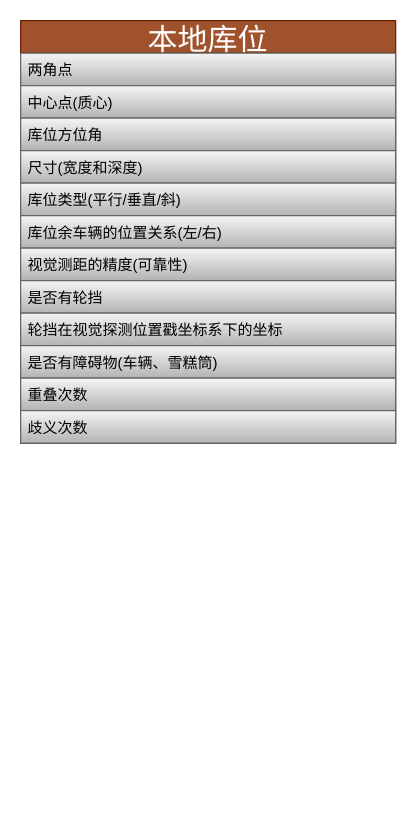
This is 未命名绘图.drawio from bugquella/diagrams, a draw.io file, before an edit. Source tidied: cells renumbered, new cells numbered last; positions are measured from the earlier drawing's top-left corner, leaving out a move shared by most shapes. Both pictures are drawn from the tidied source at 125%, with x=0, y=0 at pixel (20, 20).
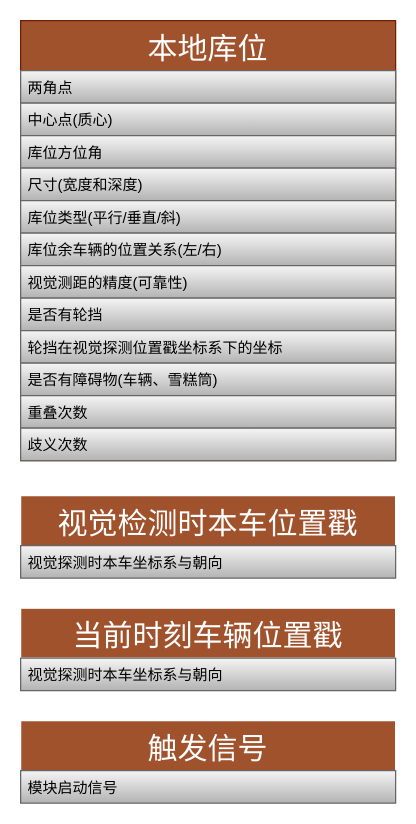
The same diagram, later.

Commit message (it also covers changes not shown here):
更新未命名绘图.drawio

Diff of the diagram source:
```diff
@@
-    <mxCell id="2" value="本地库位" style="swimlane;fontStyle=0;horizontal=1;startSize=26;fontSize=24;fillColor=#a0522d;strokeColor=#6D1F00;fontColor=#ffffff;" parent="1" vertex="1">
-      <mxGeometry width="300" height="338" as="geometry" />
+    <mxCell id="2" value="本地库位" style="swimlane;fontStyle=0;horizontal=1;startSize=40;fontSize=24;fillColor=#a0522d;strokeColor=#6D1F00;fontColor=#ffffff;" parent="1" vertex="1">
+      <mxGeometry width="300" height="352" as="geometry" />
     </mxCell>
     <mxCell id="3" value="两角点" style="text;strokeColor=#666666;fillColor=#f5f5f5;align=left;verticalAlign=top;spacingLeft=4;spacingRight=4;overflow=hidden;gradientColor=#b3b3b3;" parent="2" vertex="1">
-      <mxGeometry y="26" width="300" height="26" as="geometry" />
+      <mxGeometry y="40" width="300" height="26" as="geometry" />
     </mxCell>
     <mxCell id="4" value="中心点(质心)" style="text;strokeColor=#666666;fillColor=#f5f5f5;align=left;verticalAlign=top;spacingLeft=4;spacingRight=4;overflow=hidden;gradientColor=#b3b3b3;" parent="2" vertex="1">
-      <mxGeometry y="52" width="300" height="26" as="geometry" />
+      <mxGeometry y="66" width="300" height="26" as="geometry" />
     </mxCell>
     <mxCell id="5" value="库位方位角" style="text;strokeColor=#666666;fillColor=#f5f5f5;align=left;verticalAlign=top;spacingLeft=4;spacingRight=4;overflow=hidden;gradientColor=#b3b3b3;" parent="2" vertex="1">
-      <mxGeometry y="78" width="300" height="26" as="geometry" />
+      <mxGeometry y="92" width="300" height="26" as="geometry" />
     </mxCell>
     <mxCell id="6" value="尺寸(宽度和深度)" style="text;strokeColor=#666666;fillColor=#f5f5f5;align=left;verticalAlign=top;spacingLeft=4;spacingRight=4;overflow=hidden;gradientColor=#b3b3b3;" parent="2" vertex="1">
-      <mxGeometry y="104" width="300" height="26" as="geometry" />
+      <mxGeometry y="118" width="300" height="26" as="geometry" />
     </mxCell>
     <mxCell id="7" value="库位类型(平行/垂直/斜)" style="text;strokeColor=#666666;fillColor=#f5f5f5;align=left;verticalAlign=top;spacingLeft=4;spacingRight=4;overflow=hidden;gradientColor=#b3b3b3;" parent="2" vertex="1">
-      <mxGeometry y="130" width="300" height="26" as="geometry" />
+      <mxGeometry y="144" width="300" height="26" as="geometry" />
     </mxCell>
     <mxCell id="8" value="库位余车辆的位置关系(左/右)" style="text;strokeColor=#666666;fillColor=#f5f5f5;align=left;verticalAlign=top;spacingLeft=4;spacingRight=4;overflow=hidden;gradientColor=#b3b3b3;" parent="2" vertex="1">
-      <mxGeometry y="156" width="300" height="26" as="geometry" />
+      <mxGeometry y="170" width="300" height="26" as="geometry" />
     </mxCell>
     <mxCell id="9" value="视觉测距的精度(可靠性)" style="text;strokeColor=#666666;fillColor=#f5f5f5;align=left;verticalAlign=top;spacingLeft=4;spacingRight=4;overflow=hidden;gradientColor=#b3b3b3;" parent="2" vertex="1">
-      <mxGeometry y="182" width="300" height="26" as="geometry" />
+      <mxGeometry y="196" width="300" height="26" as="geometry" />
     </mxCell>
     <mxCell id="10" value="是否有轮挡" style="text;strokeColor=#666666;fillColor=#f5f5f5;align=left;verticalAlign=top;spacingLeft=4;spacingRight=4;overflow=hidden;gradientColor=#b3b3b3;" parent="2" vertex="1">
-      <mxGeometry y="208" width="300" height="26" as="geometry" />
+      <mxGeometry y="222" width="300" height="26" as="geometry" />
     </mxCell>
     <mxCell id="11" value="轮挡在视觉探测位置戳坐标系下的坐标" style="text;strokeColor=#666666;fillColor=#f5f5f5;align=left;verticalAlign=top;spacingLeft=4;spacingRight=4;overflow=hidden;gradientColor=#b3b3b3;" parent="2" vertex="1">
-      <mxGeometry y="234" width="300" height="26" as="geometry" />
+      <mxGeometry y="248" width="300" height="26" as="geometry" />
     </mxCell>
     <mxCell id="12" value="是否有障碍物(车辆、雪糕筒)" style="text;strokeColor=#666666;fillColor=#f5f5f5;align=left;verticalAlign=top;spacingLeft=4;spacingRight=4;overflow=hidden;gradientColor=#b3b3b3;" parent="2" vertex="1">
-      <mxGeometry y="260" width="300" height="26" as="geometry" />
+      <mxGeometry y="274" width="300" height="26" as="geometry" />
     </mxCell>
     <mxCell id="13" value="重叠次数" style="text;strokeColor=#666666;fillColor=#f5f5f5;align=left;verticalAlign=top;spacingLeft=4;spacingRight=4;overflow=hidden;gradientColor=#b3b3b3;" parent="2" vertex="1">
-      <mxGeometry y="286" width="300" height="26" as="geometry" />
+      <mxGeometry y="300" width="300" height="26" as="geometry" />
     </mxCell>
     <mxCell id="14" value="歧义次数" style="text;strokeColor=#666666;fillColor=#f5f5f5;align=left;verticalAlign=top;spacingLeft=4;spacingRight=4;overflow=hidden;gradientColor=#b3b3b3;" parent="2" vertex="1">
-      <mxGeometry y="312" width="300" height="26" as="geometry" />
+      <mxGeometry y="326" width="300" height="26" as="geometry" />
     </mxCell>
+    <mxCell id="15" value="视觉检测时本车位置戳" style="swimlane;fontStyle=0;horizontal=1;startSize=40;fontSize=24;fillColor=#A0522D;strokeColor=#FFFFFF;fontColor=#FFFFFF;" parent="1" vertex="1">
+      <mxGeometry y="380" width="300" height="66" as="geometry" />
+    </mxCell>
+    <mxCell id="16" value="视觉探测时本车坐标系与朝向" style="text;strokeColor=#666666;fillColor=#f5f5f5;align=left;verticalAlign=top;spacingLeft=4;spacingRight=4;overflow=hidden;gradientColor=#b3b3b3;" parent="15" vertex="1">
+      <mxGeometry y="40" width="300" height="26" as="geometry" />
+    </mxCell>
+    <mxCell id="17" value="当前时刻车辆位置戳" style="swimlane;fontStyle=0;horizontal=1;startSize=40;fontSize=24;fillColor=#A0522D;strokeColor=#FFFFFF;fontColor=#FFFFFF;" parent="1" vertex="1">
+      <mxGeometry y="470" width="300" height="66" as="geometry" />
+    </mxCell>
+    <mxCell id="18" value="视觉探测时本车坐标系与朝向" style="text;strokeColor=#666666;fillColor=#f5f5f5;align=left;verticalAlign=top;spacingLeft=4;spacingRight=4;overflow=hidden;gradientColor=#b3b3b3;" parent="17" vertex="1">
+      <mxGeometry y="40" width="300" height="26" as="geometry" />
+    </mxCell>
+    <mxCell id="19" value="触发信号" style="swimlane;fontStyle=0;horizontal=1;startSize=40;fontSize=24;fillColor=#A0522D;strokeColor=#FFFFFF;fontColor=#FFFFFF;" parent="1" vertex="1">
+      <mxGeometry y="560" width="300" height="66" as="geometry" />
+    </mxCell>
+    <mxCell id="20" value="模块启动信号" style="text;strokeColor=#666666;fillColor=#f5f5f5;align=left;verticalAlign=top;spacingLeft=4;spacingRight=4;overflow=hidden;gradientColor=#b3b3b3;" parent="19" vertex="1">
+      <mxGeometry y="40" width="300" height="26" as="geometry" />
+    </mxCell>
```
